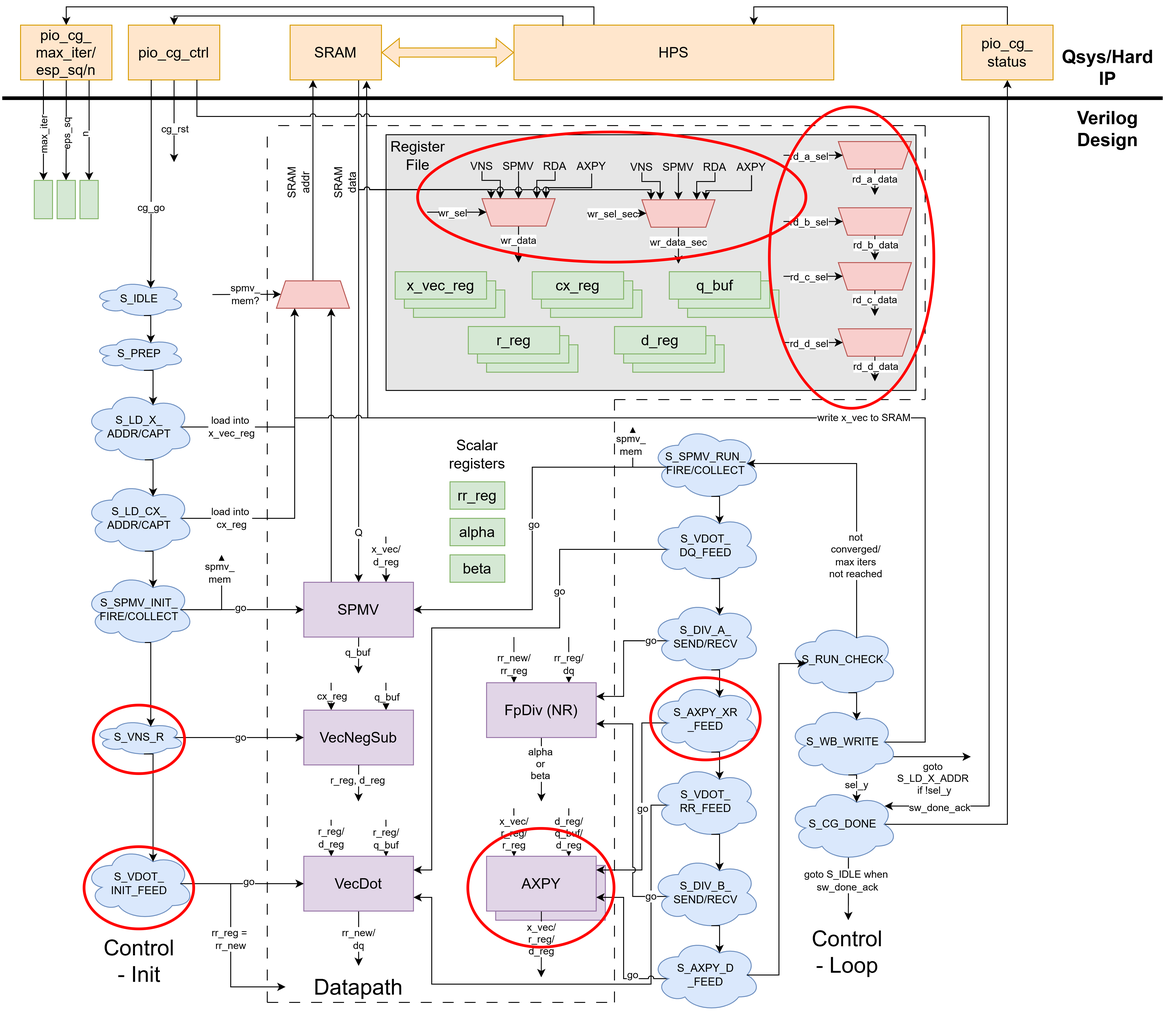
This is images/v4.drawio.png from pis7/ece5760-final-project, a draw.io export, as it was before one commit. Source tidied: cells renumbered, new cells last; positions are measured from the earlier drawing's top-left corner, leaving out a move shared by most shapes.
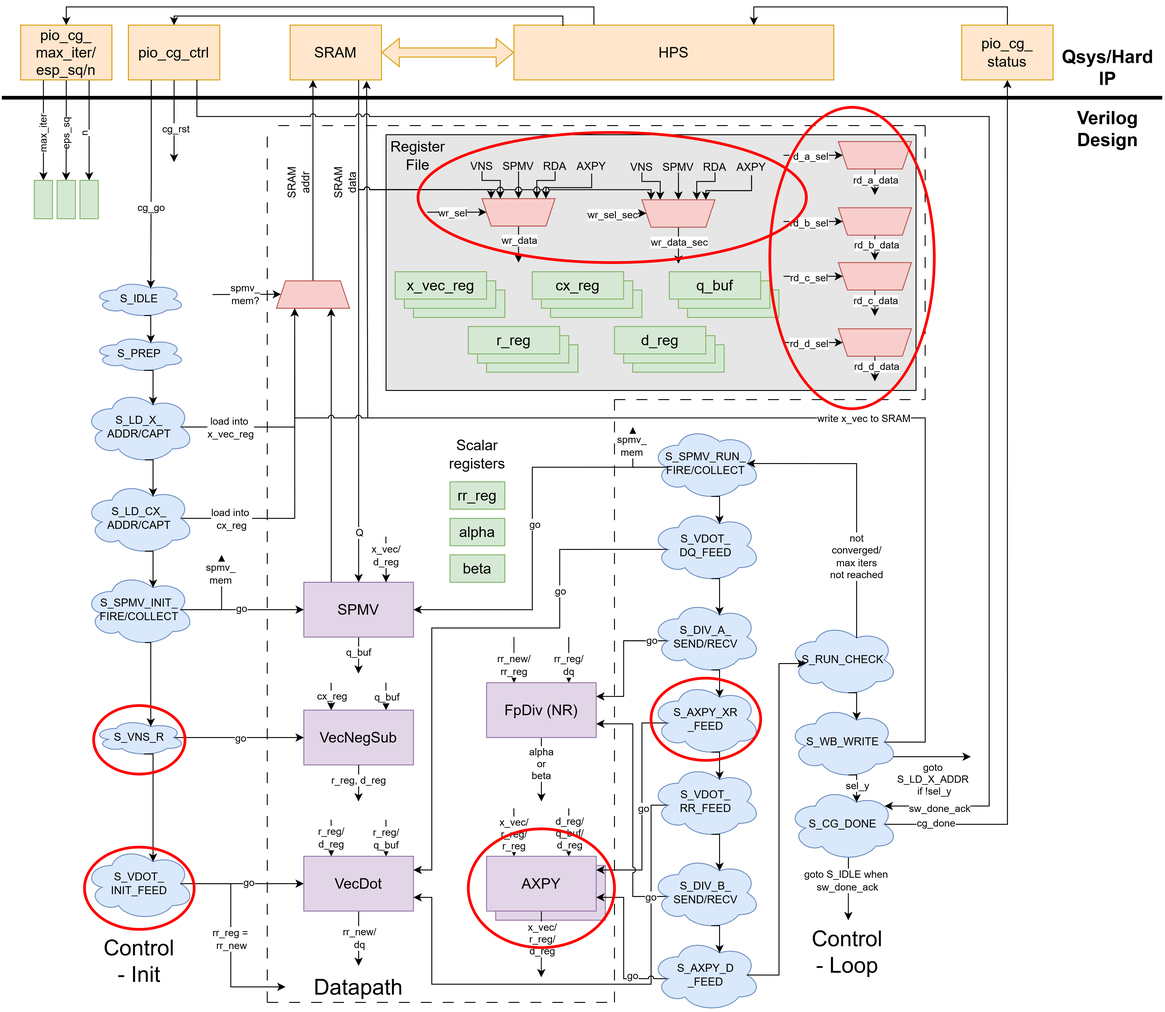
Above is the later version.

The edit, as a diff of the source:
```diff
@@ -504,6 +504,9 @@
     <mxCell id="125" style="edgeStyle=orthogonalEdgeStyle;rounded=0;jettySize=auto;html=1;exitX=0.875;exitY=0.5;exitDx=0;exitDy=0;exitPerimeter=0;entryX=0.5;entryY=1;entryDx=0;entryDy=0;" parent="1" edge="1" source="126" target="173">
       <mxGeometry relative="1" as="geometry" />
     </mxCell>
+    <mxCell id="229" value="cg_done" style="edgeLabel;html=1;align=center;verticalAlign=middle;" parent="125" vertex="1">
+      <mxGeometry x="-0.88" y="2" relative="1" as="geometry" />
+    </mxCell>
     <mxCell id="126" value="S_CG_DONE" style="ellipse;shape=cloud;whiteSpace=wrap;html=1;rounded=0;strokeColor=#6c8ebf;align=center;verticalAlign=middle;fontFamily=Helvetica;fontSize=12;fillColor=#dae8fc;" parent="1" vertex="1">
       <mxGeometry x="860" y="845" width="120" height="80" as="geometry" />
     </mxCell>
```
